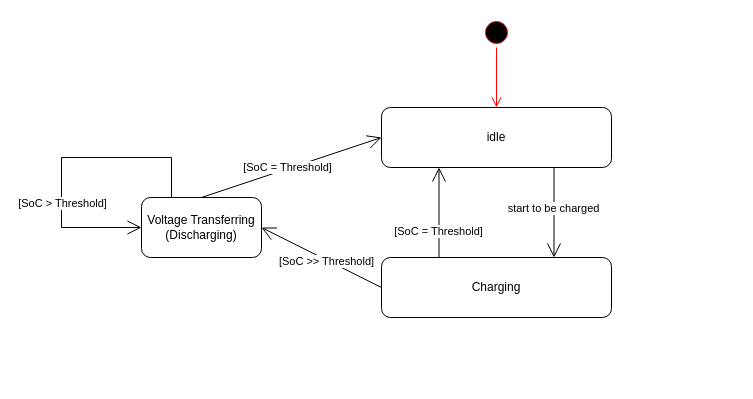
This is active-charging-v1.drawio from Mohammad-Si/convide-A02-MVE, a draw.io file, before an edit. Source tidied: cells renumbered, new cells numbered last; positions are measured from the earlier drawing's top-left corner, leaving out a move shared by most shapes. Both pictures are drawn from the tidied source at 100%, with x=0, y=0 at pixel (61, 17).
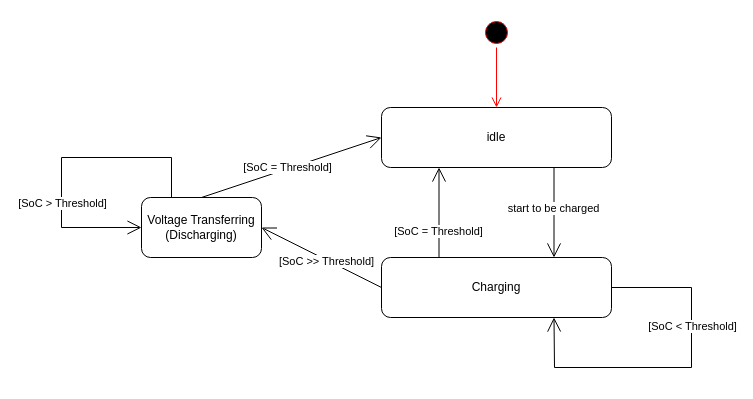
Above is the later version.

Commit message:
#self charging is added

Unchanged cells that the change refers to:
```xml
<mxCell id="5" value="Charging" style="rounded=1;whiteSpace=wrap;html=1;" parent="1" vertex="1">
  <mxGeometry x="320" y="240" width="230" height="60" as="geometry" />
</mxCell>
```

Diff of the diagram source:
```diff
@@
+    <mxCell id="17" style="endArrow=open;endFill=1;endSize=12;html=1;rounded=0;exitX=1;exitY=0.5;exitDx=0;exitDy=0;entryX=0.75;entryY=1;entryDx=0;entryDy=0;" parent="1" edge="1" source="5" target="5">
+      <mxGeometry relative="1" as="geometry">
+        <Array as="points">
+          <mxPoint x="630" y="270" />
+          <mxPoint x="630" y="350" />
+          <mxPoint x="493" y="350" />
+        </Array>
+      </mxGeometry>
+    </mxCell>
+    <mxCell id="18" value="[SoC &amp;lt; Threshold]" style="edgeLabel;html=1;align=center;verticalAlign=middle;" parent="17" vertex="1">
+      <mxGeometry x="-0.32" relative="1" as="geometry" />
+    </mxCell>
```
